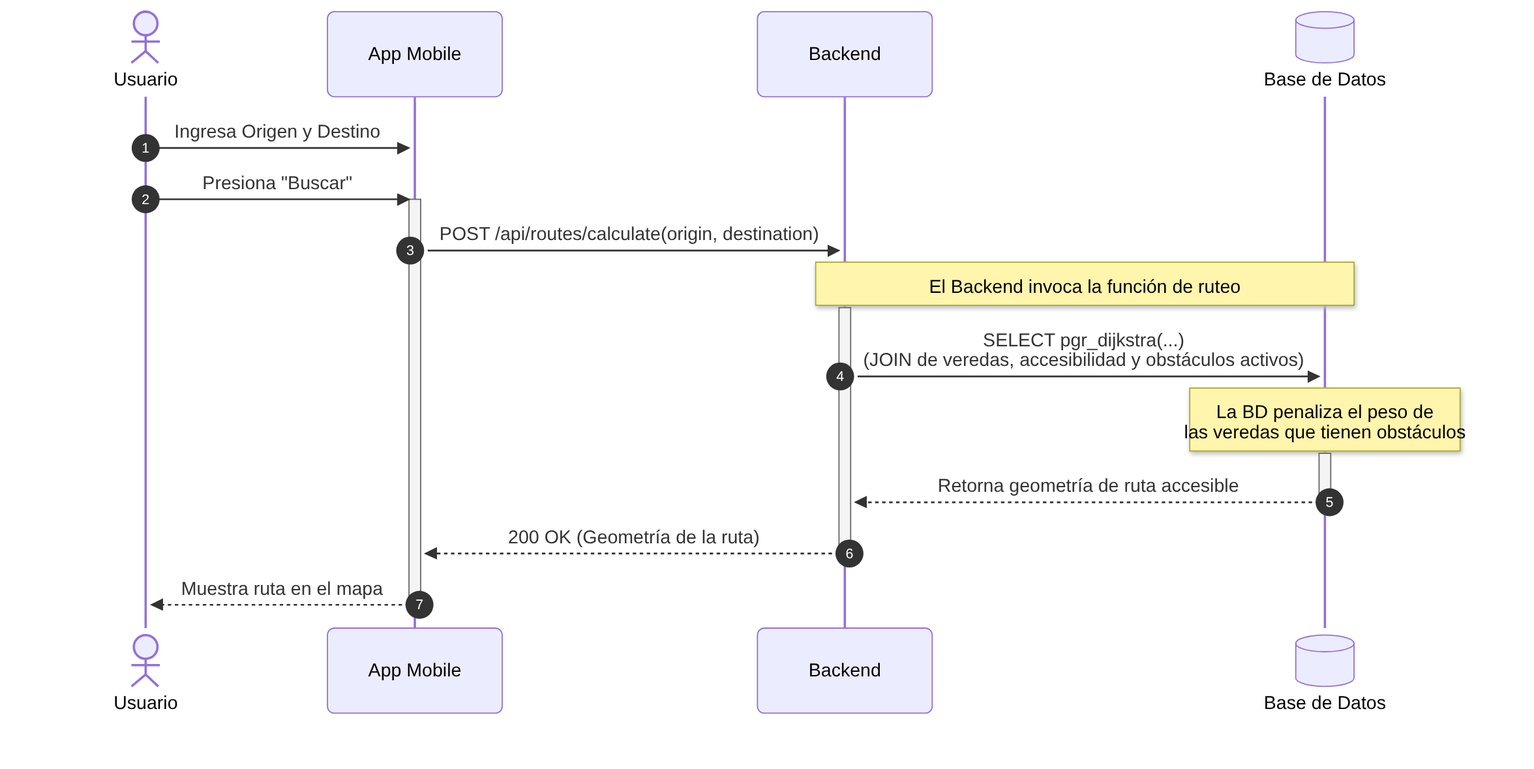
BLP-Technologies/rodando-x-mza keeps this Mermaid diagram as docs/diagrams/imgs/03-seq-C003.png. Above is the earlier version. Its source is kept beside it as docs/diagrams/03-seq-C003.mmd.
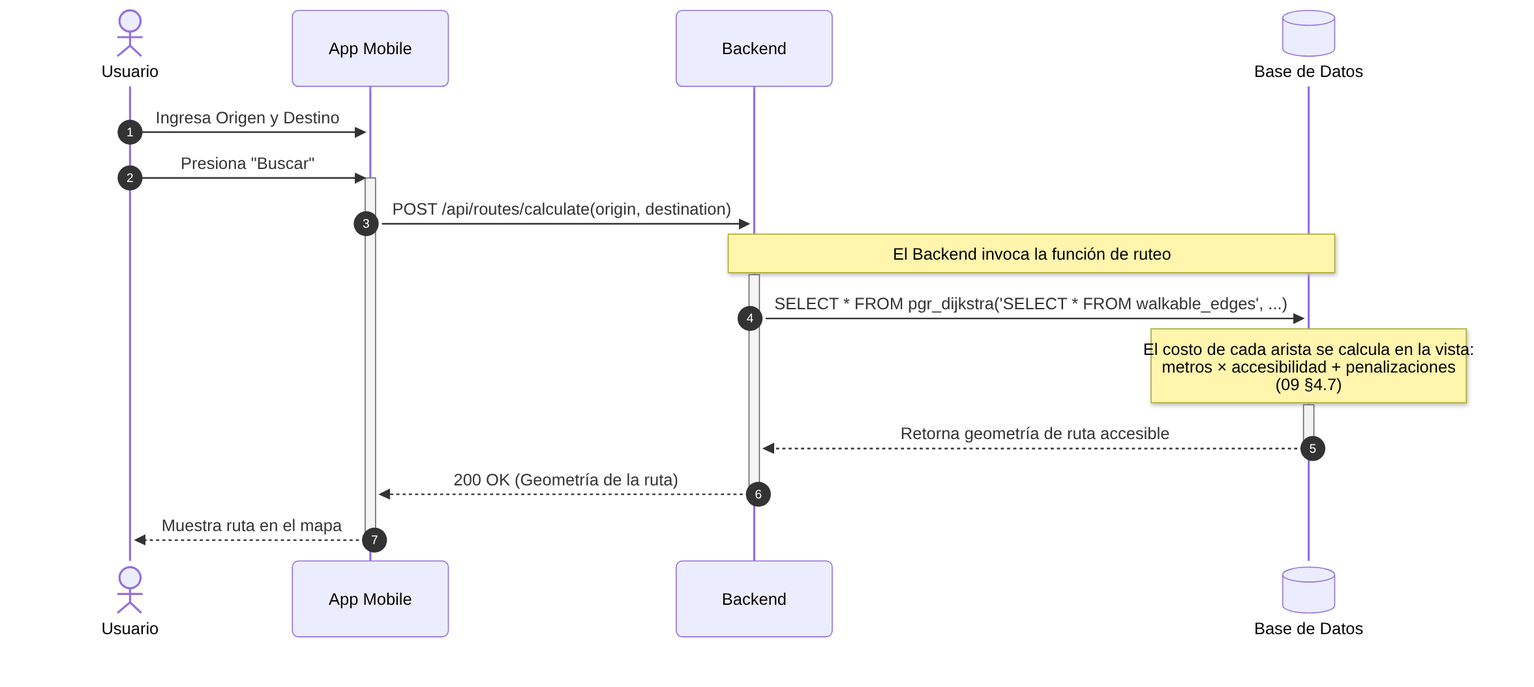
The same diagram one commit later.

What changed in the source:
```diff
@@ -16,9 +16,9 @@
     Note over B,DB: El Backend invoca la función de ruteo
 
     activate B
-    B ->> DB: SELECT pgr_dijkstra(...) <br/>(JOIN de veredas, accesibilidad y obstáculos activos)
+    B ->> DB: SELECT * FROM pgr_dijkstra('SELECT * FROM walkable_edges', ...)
 
-    Note over DB: La BD penaliza el peso de<br/>las veredas que tienen obstáculos
+    Note over DB: El costo de cada arista se calcula en la vista:<br/>metros × accesibilidad + penalizaciones<br/>(09 §4.7)
 
     activate DB
     DB -->> B: Retorna geometría de ruta accesible
```
